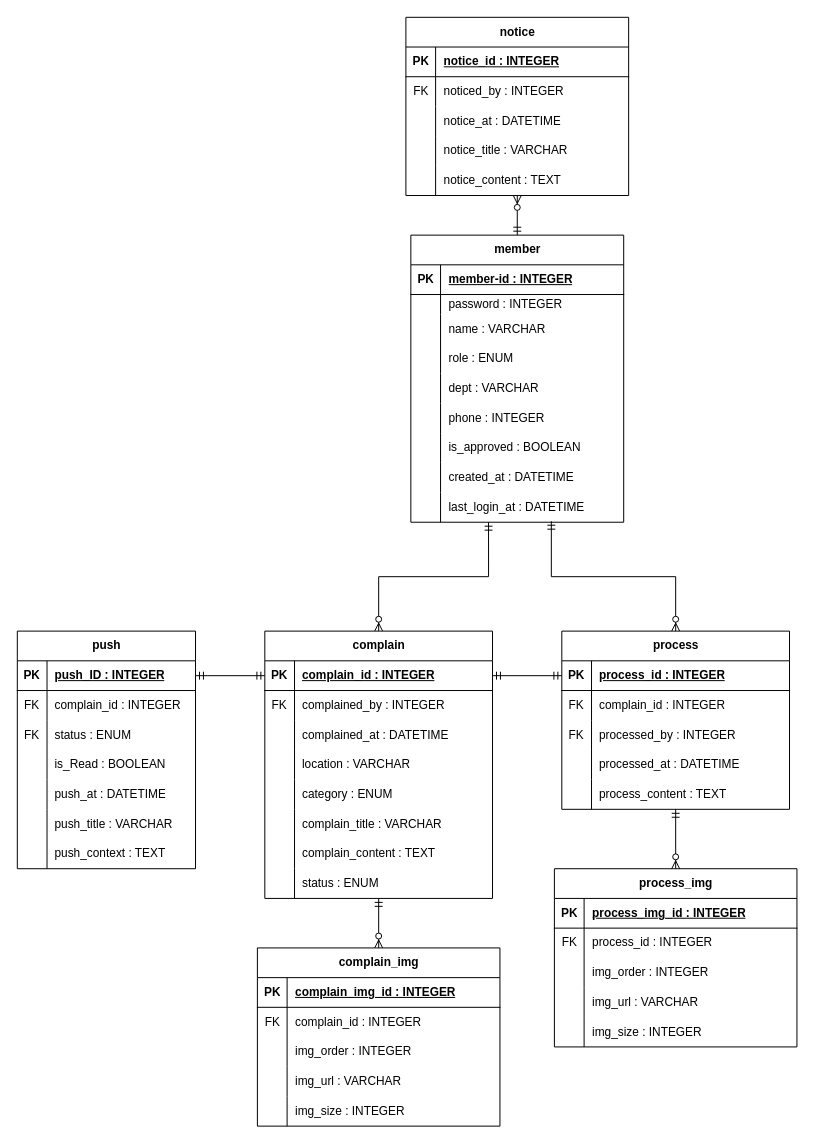
This is page "페이지-1" (1 of 2) of 제목 없는 다이어그램.drawio from 23012/cau-fix-web, a draw.io file, before an edit. Source tidied: cells renumbered, new cells numbered last; positions are measured from the earlier drawing's top-left corner, leaving out a move shared by most shapes. Both pictures are drawn from the tidied source at 99%, with x=0, y=0 at pixel (17, 17).
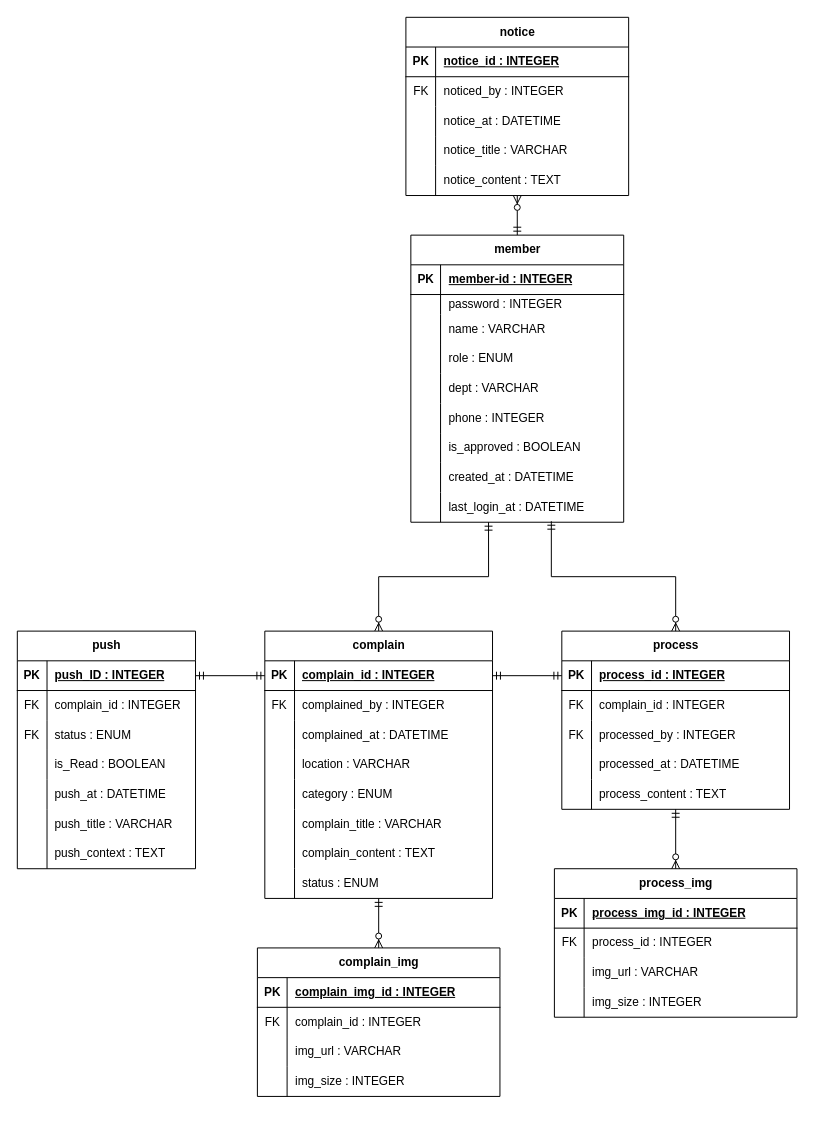
Above is the later version.

Commit message:
제목 없는 다이어그램.drawio이 추가되었습니다.

What changed in the source:
```diff
@@
     <mxCell id="83" value="complain_img" style="shape=table;startSize=30;childLayout=tableLayout;rowLines=0;fontStyle=1;align=center;html=1;" parent="1" vertex="1">
-      <mxGeometry x="242.5" y="940" width="245" height="180" as="geometry" />
+      <mxGeometry x="242.5" y="940" width="245" height="150" as="geometry" />
     </mxCell>
@@
-    <mxCell id="90" style="shape=tableRow;horizontal=0;startSize=0;swimlaneHead=0;swimlaneBody=0;fillColor=none;top=0;left=0;right=0;bottom=0;" parent="83" vertex="1">
-      <mxGeometry y="90" width="245" height="30" as="geometry" />
-    </mxCell>
-    <mxCell id="91" style="shape=partialRectangle;fillColor=none;top=0;left=0;bottom=0;right=0;overflow=hidden;whiteSpace=wrap;html=1;" parent="90" vertex="1">
-      <mxGeometry width="30" height="30" as="geometry" />
-    </mxCell>
-    <mxCell id="92" value="img_order : INTEGER" style="shape=partialRectangle;fillColor=none;top=0;left=0;bottom=0;right=0;align=left;spacingLeft=6;overflow=hidden;whiteSpace=wrap;html=1;" parent="90" vertex="1">
-      <mxGeometry x="30" width="215" height="30" as="geometry" />
-    </mxCell>
     <mxCell id="93" style="shape=tableRow;horizontal=0;startSize=0;swimlaneHead=0;swimlaneBody=0;fillColor=none;top=0;left=0;right=0;bottom=0;" parent="83" vertex="1">
-      <mxGeometry y="120" width="245" height="30" as="geometry" />
+      <mxGeometry y="90" width="245" height="30" as="geometry" />
     </mxCell>
@@
     <mxCell id="96" style="shape=tableRow;horizontal=0;startSize=0;swimlaneHead=0;swimlaneBody=0;fillColor=none;top=0;left=0;right=0;bottom=0;" parent="83" vertex="1">
-      <mxGeometry y="150" width="245" height="30" as="geometry" />
+      <mxGeometry y="120" width="245" height="30" as="geometry" />
     </mxCell>
@@
     <mxCell id="99" value="process_img" style="shape=table;startSize=30;childLayout=tableLayout;rowLines=0;fontStyle=1;align=center;html=1;" parent="1" vertex="1">
-      <mxGeometry x="542.5" y="860" width="245" height="180" as="geometry" />
+      <mxGeometry x="542.5" y="860" width="245" height="150" as="geometry" />
     </mxCell>
@@
-    <mxCell id="106" style="shape=tableRow;horizontal=0;startSize=0;swimlaneHead=0;swimlaneBody=0;fillColor=none;top=0;left=0;right=0;bottom=0;" parent="99" vertex="1">
-      <mxGeometry y="90" width="245" height="30" as="geometry" />
-    </mxCell>
-    <mxCell id="107" style="shape=partialRectangle;fillColor=none;top=0;left=0;bottom=0;right=0;overflow=hidden;whiteSpace=wrap;html=1;" parent="106" vertex="1">
-      <mxGeometry width="30" height="30" as="geometry" />
-    </mxCell>
-    <mxCell id="108" value="img_order : INTEGER" style="shape=partialRectangle;fillColor=none;top=0;left=0;bottom=0;right=0;align=left;spacingLeft=6;overflow=hidden;whiteSpace=wrap;html=1;" parent="106" vertex="1">
-      <mxGeometry x="30" width="215" height="30" as="geometry" />
-    </mxCell>
     <mxCell id="109" style="shape=tableRow;horizontal=0;startSize=0;swimlaneHead=0;swimlaneBody=0;fillColor=none;top=0;left=0;right=0;bottom=0;" parent="99" vertex="1">
-      <mxGeometry y="120" width="245" height="30" as="geometry" />
+      <mxGeometry y="90" width="245" height="30" as="geometry" />
     </mxCell>
@@
     <mxCell id="112" style="shape=tableRow;horizontal=0;startSize=0;swimlaneHead=0;swimlaneBody=0;fillColor=none;top=0;left=0;right=0;bottom=0;" parent="99" vertex="1">
-      <mxGeometry y="150" width="245" height="30" as="geometry" />
+      <mxGeometry y="120" width="245" height="30" as="geometry" />
     </mxCell>
```
